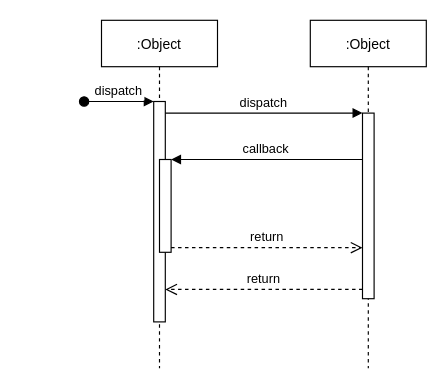
GitLlamma/UML_Diagrams keeps this draw.io diagram as 340MidtermSequenceDiagram.drawio. Above is the earlier version. Source tidied: cells renumbered, new cells numbered last; positions are measured from the earlier drawing's top-left corner, leaving out a move shared by most shapes. Both pictures are drawn from the tidied source at 116%, with x=0, y=0 at pixel (84, 20).
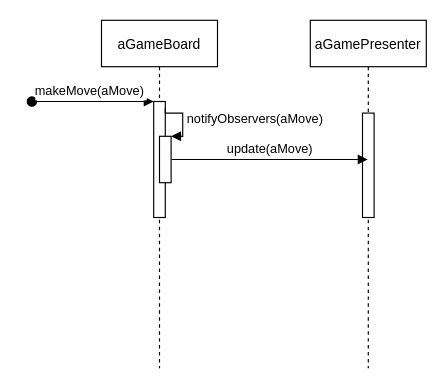
Above is the later version.

What changed in the source:
```diff
@@
 <mxGraphModel>
   <root>
     <mxCell id="0" />
     <mxCell id="1" parent="0" />
-    <mxCell id="2" value=":Object" style="shape=umlLifeline;perimeter=lifelinePerimeter;rounded=0;shadow=0;strokeWidth=1;" parent="1" vertex="1">
+    <mxCell id="2" value="aGameBoard" style="shape=umlLifeline;perimeter=lifelinePerimeter;rounded=0;shadow=0;strokeWidth=1;" parent="1" vertex="1">
       <mxGeometry x="15" width="100" height="300" as="geometry" />
     </mxCell>
     <mxCell id="3" style="points=[];perimeter=orthogonalPerimeter;rounded=0;shadow=0;strokeWidth=1;" parent="2" vertex="1">
-      <mxGeometry x="45" y="70" width="10" height="190" as="geometry" />
+      <mxGeometry x="45" y="70" width="10" height="100" as="geometry" />
     </mxCell>
-    <mxCell id="4" value="dispatch" style="verticalAlign=bottom;startArrow=oval;endArrow=block;startSize=8;shadow=0;strokeWidth=1;" parent="2" edge="1" target="3">
-      <mxGeometry relative="1" as="geometry">
-        <mxPoint x="-15" y="70" as="sourcePoint" />
+    <mxCell id="4" value="makeMove(aMove)" style="verticalAlign=bottom;startArrow=oval;endArrow=block;startSize=8;shadow=0;strokeWidth=1;" parent="2" edge="1" target="3">
+      <mxGeometry x="-0.05" relative="1" as="geometry">
+        <mxPoint x="-60" y="70" as="sourcePoint" />
       </mxGeometry>
     </mxCell>
-    <mxCell id="5" style="points=[];perimeter=orthogonalPerimeter;rounded=0;shadow=0;strokeWidth=1;" parent="2" vertex="1">
-      <mxGeometry x="50" y="120" width="10" height="80" as="geometry" />
-    </mxCell>
+    <mxCell id="12" style="html=1;points=[];perimeter=orthogonalPerimeter;" parent="2" vertex="1">
+      <mxGeometry x="50" y="100" width="10" height="40" as="geometry" />
+    </mxCell>
+    <mxCell id="13" value="notifyObservers(aMove)" style="edgeStyle=orthogonalEdgeStyle;html=1;align=left;spacingLeft=2;endArrow=block;rounded=0;entryX=1;entryY=0;jumpStyle=none;exitX=1;exitY=0.053;exitDx=0;exitDy=0;exitPerimeter=0;" parent="2" edge="1" source="3" target="12">
+      <mxGeometry relative="1" as="geometry">
+        <Array as="points">
+          <mxPoint x="70" y="80" />
+          <mxPoint x="70" y="100" />
+        </Array>
+      </mxGeometry>
+    </mxCell>
-    <mxCell id="6" value=":Object" style="shape=umlLifeline;perimeter=lifelinePerimeter;rounded=0;shadow=0;strokeWidth=1;" parent="1" vertex="1">
+    <mxCell id="6" value="aGamePresenter" style="shape=umlLifeline;perimeter=lifelinePerimeter;rounded=0;shadow=0;strokeWidth=1;" parent="1" vertex="1">
       <mxGeometry x="195" width="100" height="300" as="geometry" />
     </mxCell>
     <mxCell id="7" style="points=[];perimeter=orthogonalPerimeter;rounded=0;shadow=0;strokeWidth=1;" parent="6" vertex="1">
-      <mxGeometry x="45" y="80" width="10" height="160" as="geometry" />
+      <mxGeometry x="45" y="80" width="10" height="90" as="geometry" />
     </mxCell>
-    <mxCell id="8" value="return" style="verticalAlign=bottom;endArrow=open;dashed=1;endSize=8;exitX=0;exitY=0.95;shadow=0;strokeWidth=1;" parent="1" edge="1" source="7" target="3">
-      <mxGeometry relative="1" as="geometry" />
-    </mxCell>
-    <mxCell id="9" value="dispatch" style="verticalAlign=bottom;endArrow=block;entryX=0;entryY=0;shadow=0;strokeWidth=1;" parent="1" edge="1" source="3" target="7">
-      <mxGeometry relative="1" as="geometry" />
-    </mxCell>
-    <mxCell id="10" value="callback" style="verticalAlign=bottom;endArrow=block;entryX=1;entryY=0;shadow=0;strokeWidth=1;" parent="1" edge="1" source="7" target="5">
-      <mxGeometry relative="1" as="geometry" />
-    </mxCell>
-    <mxCell id="11" value="return" style="verticalAlign=bottom;endArrow=open;dashed=1;endSize=8;exitX=1;exitY=0.95;shadow=0;strokeWidth=1;" parent="1" edge="1" source="5" target="7">
-      <mxGeometry relative="1" as="geometry" />
-    </mxCell>
+    <mxCell id="14" value="update(aMove)" style="html=1;verticalAlign=bottom;endArrow=block;rounded=0;jumpStyle=none;" parent="1" edge="1" target="6">
+      <mxGeometry relative="1" as="geometry">
+        <mxPoint x="75.2" y="120" as="sourcePoint" />
+      </mxGeometry>
+    </mxCell>
   </root>
 </mxGraphModel>
```
